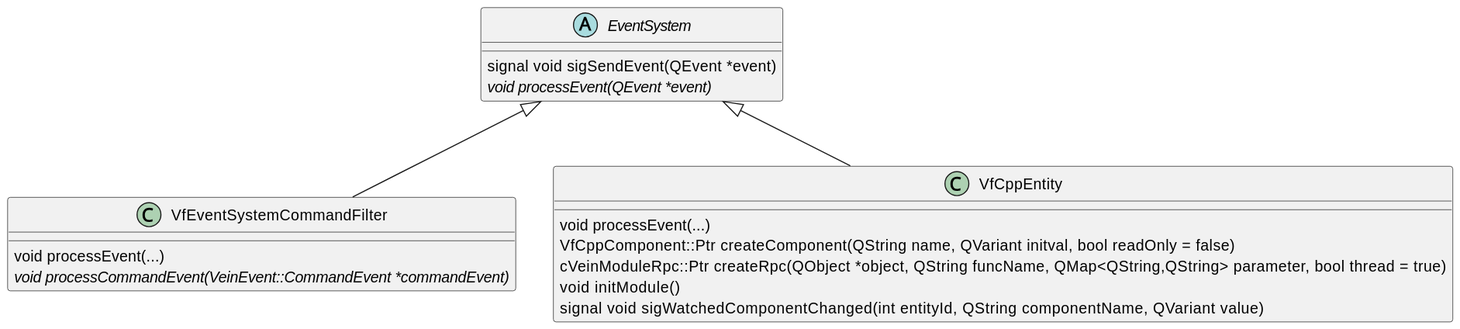
ZeraGmbH/vein-framework keeps this PlantUML diagram as server-libs/doc/class-diagram-server-event-systems.svg. Above is the earlier version.
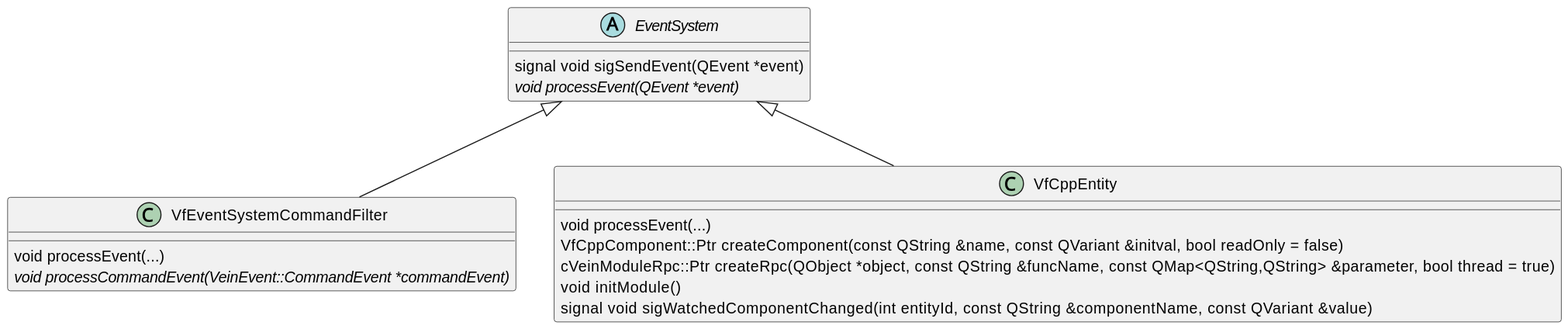
After the change.

The edit, as a diff of the source:
```diff
@@ -11,10 +11,10 @@
 
 class VfCppEntity {
     void processEvent(...)
-    VfCppComponent::Ptr createComponent(QString name, QVariant initval, bool readOnly = false)
-    cVeinModuleRpc::Ptr createRpc(QObject *object, QString funcName, QMap<QString,QString> parameter, bool thread = true)
+    VfCppComponent::Ptr createComponent(const QString &name, const QVariant &initval, bool readOnly = false)
+    cVeinModuleRpc::Ptr createRpc(QObject *object, const QString &funcName, const QMap<QString,QString> &parameter, bool thread = true)
     void initModule()
-    signal void sigWatchedComponentChanged(int entityId, QString componentName, QVariant value)
+    signal void sigWatchedComponentChanged(int entityId, const QString &componentName, const QVariant &value)
 }
 
 
```
